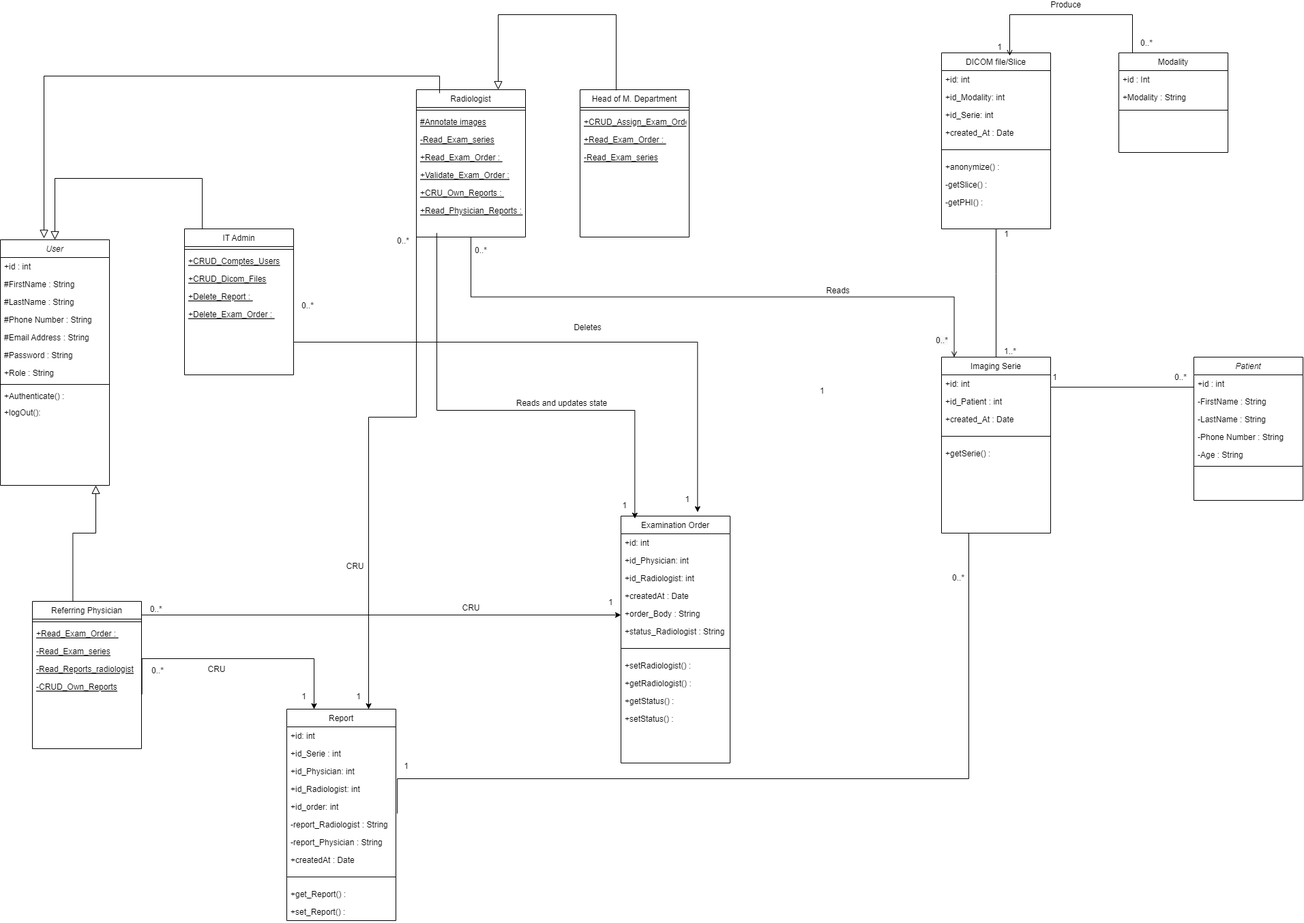
mehdilagdimi/RICOM- keeps this draw.io diagram as Conception/Class UML RICOM.png. Above is the earlier version. Source tidied: cells renumbered, new cells last; positions are measured from the earlier drawing's top-left corner, leaving out a move shared by most shapes.
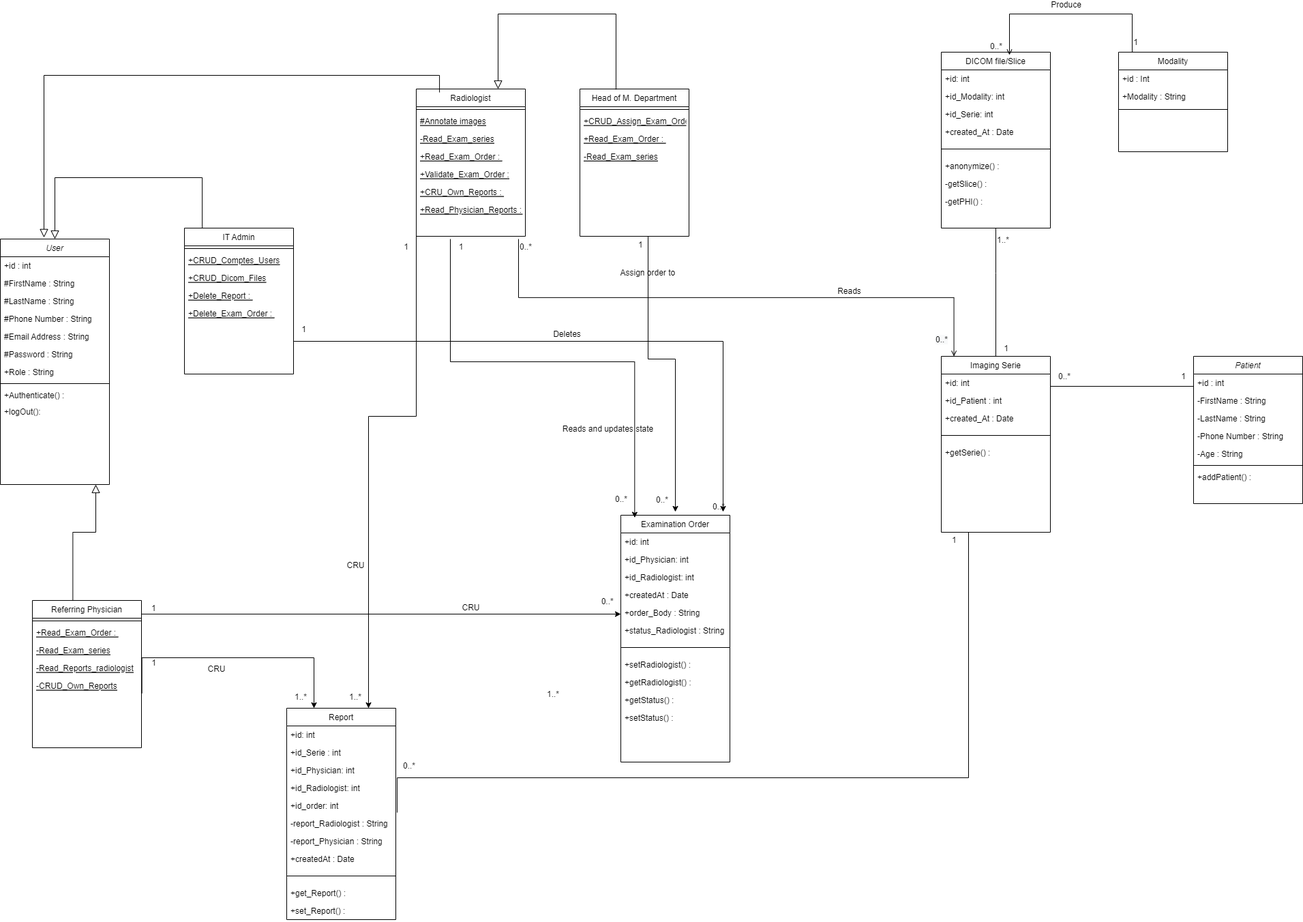
Later version of the same file.

Commit message:
updating UML conception

Change to the diagram source:
```diff
@@ -97,14 +97,15 @@
     <mxCell id="31" value="+setStatus() :" style="text;align=left;verticalAlign=top;spacingLeft=4;spacingRight=4;overflow=hidden;" parent="20" vertex="1">
       <mxGeometry y="284" width="160" height="26" as="geometry" />
     </mxCell>
-    <mxCell id="32" style="endArrow=open;shadow=0;strokeWidth=1;rounded=0;endFill=1;edgeStyle=elbowEdgeStyle;elbow=vertical;exitX=0.5;exitY=1;exitDx=0;exitDy=0;entryX=0.116;entryY=0;entryDx=0;entryDy=0;entryPerimeter=0;" parent="1" edge="1" source="45" target="79">
+    <mxCell id="32" style="endArrow=open;shadow=0;strokeWidth=1;rounded=0;endFill=1;edgeStyle=elbowEdgeStyle;elbow=vertical;entryX=0.116;entryY=0;entryDx=0;entryDy=0;entryPerimeter=0;" parent="1" edge="1" target="79">
       <mxGeometry x="0.5" y="41" relative="1" as="geometry">
+        <mxPoint x="760" y="360" as="sourcePoint" />
         <mxPoint x="-40" y="32" as="offset" />
       </mxGeometry>
     </mxCell>
     <mxCell id="33" value="1..*" style="align=left;verticalAlign=bottom;labelBackgroundColor=none;fontSize=12;" parent="32" vertex="1">
       <mxGeometry x="-1" relative="1" as="geometry">
-        <mxPoint x="780" y="176" as="offset" />
+        <mxPoint x="700" y="10" as="offset" />
       </mxGeometry>
     </mxCell>
     <mxCell id="34" value="Reads" style="text;html=1;align=center;verticalAlign=middle;labelBackgroundColor=none;rounded=0;shadow=0;strokeWidth=1;fontSize=12;" parent="32" vertex="1">
@@ -125,14 +126,14 @@
         <mxPoint x="-40" y="32" as="offset" />
       </mxGeometry>
     </mxCell>
-    <mxCell id="36" value="0..*" style="align=left;verticalAlign=bottom;labelBackgroundColor=none;fontSize=12;" parent="35" vertex="1">
+    <mxCell id="36" value="1..*" style="align=left;verticalAlign=bottom;labelBackgroundColor=none;fontSize=12;" parent="35" vertex="1">
       <mxGeometry x="-1" relative="1" as="geometry">
-        <mxPoint x="13" y="-41" as="offset" />
+        <mxPoint x="223" y="-1" as="offset" />
       </mxGeometry>
     </mxCell>
     <mxCell id="37" value="1" style="align=right;verticalAlign=bottom;labelBackgroundColor=none;fontSize=12;" parent="35" vertex="1">
       <mxGeometry x="1" relative="1" as="geometry">
-        <mxPoint x="-10" y="-10" as="offset" />
+        <mxPoint x="-680" as="offset" />
       </mxGeometry>
     </mxCell>
     <mxCell id="38" value="CRU" style="text;html=1;align=center;verticalAlign=middle;labelBackgroundColor=none;rounded=0;shadow=0;strokeWidth=1;fontSize=12;" parent="35" vertex="1">
@@ -141,10 +142,12 @@
       </mxGeometry>
     </mxCell>
     <mxCell id="39" value="1" style="html=1;align=left;verticalAlign=bottom;" parent="1" vertex="1">
-      <mxGeometry x="1200" y="590" as="geometry" />
+      <mxGeometry x="1130" y="494" as="geometry">
+        <mxPoint x="-196" y="-117" as="offset" />
+      </mxGeometry>
     </mxCell>
     <mxCell id="40" value="0..*" style="html=1;align=right;verticalAlign=bottom;" parent="1" vertex="1">
-      <mxGeometry x="1690" y="80" as="geometry" />
+      <mxGeometry x="1470" y="86" as="geometry" />
     </mxCell>
     <mxCell id="41" value="Modality" style="swimlane;fontStyle=0;align=center;verticalAlign=top;horizontal=1;startSize=26;rounded=0;shadow=0;strokeWidth=1;" parent="1" vertex="1">
       <mxGeometry x="1640" y="86" width="160" height="146" as="geometry" />
@@ -340,14 +343,9 @@
     </mxCell>
     <mxCell id="95" value="1" style="align=right;verticalAlign=bottom;labelBackgroundColor=none;fontSize=12;" parent="94" vertex="1">
       <mxGeometry x="1" relative="1" as="geometry">
-        <mxPoint x="20" y="-172" as="offset" />
+        <mxPoint x="20" y="-3" as="offset" />
       </mxGeometry>
     </mxCell>
-    <mxCell id="96" value="0..*" style="align=left;verticalAlign=bottom;labelBackgroundColor=none;fontSize=12;" parent="1" vertex="1">
-      <mxGeometry x="1480" y="550" as="geometry">
-        <mxPoint x="-786" y="-166" as="offset" />
-      </mxGeometry>
-    </mxCell>
     <mxCell id="97" value="&lt;span style=&quot;color: rgb(0, 0, 0); font-family: helvetica; font-size: 12px; font-style: normal; font-weight: 400; letter-spacing: normal; text-align: left; text-indent: 0px; text-transform: none; word-spacing: 0px; background-color: rgb(248, 249, 250); display: inline; float: none;&quot;&gt;0..*&lt;/span&gt;" style="text;whiteSpace=wrap;html=1;" parent="1" vertex="1">
       <mxGeometry x="1370" y="494" width="40" height="30" as="geometry" />
     </mxCell>
@@ -361,7 +359,7 @@
     </mxCell>
     <mxCell id="99" value="1" style="align=right;verticalAlign=bottom;labelBackgroundColor=none;fontSize=12;" parent="98" vertex="1">
       <mxGeometry x="1" relative="1" as="geometry">
-        <mxPoint x="-10" y="-4" as="offset" />
+        <mxPoint x="190" y="-10" as="offset" />
       </mxGeometry>
     </mxCell>
     <mxCell id="100" value="Produce" style="text;html=1;align=center;verticalAlign=middle;labelBackgroundColor=none;rounded=0;shadow=0;strokeWidth=1;fontSize=12;" parent="1" vertex="1">
@@ -371,8 +369,10 @@
     </mxCell>
     <mxCell id="101" style="endArrow=classic;shadow=0;strokeWidth=1;rounded=0;endFill=1;edgeStyle=elbowEdgeStyle;elbow=vertical;strokeColor=default;entryX=0.127;entryY=0.01;entryDx=0;entryDy=0;entryPerimeter=0;" parent="1" edge="1" target="20">
       <mxGeometry x="0.5" y="41" relative="1" as="geometry">
-        <mxPoint x="640" y="350" as="sourcePoint" />
+        <mxPoint x="660" y="360" as="sourcePoint" />
         <Array as="points">
+          <mxPoint x="730" y="540" />
+          <mxPoint x="680" y="390" />
           <mxPoint x="705" y="610" />
           <mxPoint x="855" y="560" />
           <mxPoint x="935" y="540" />
@@ -381,14 +381,14 @@
         <mxPoint x="-40" y="32" as="offset" />
       </mxGeometry>
     </mxCell>
-    <mxCell id="102" value="0..*" style="align=left;verticalAlign=bottom;labelBackgroundColor=none;fontSize=12;" parent="101" vertex="1">
+    <mxCell id="102" value="1..*" style="align=left;verticalAlign=bottom;labelBackgroundColor=none;fontSize=12;" parent="101" vertex="1">
       <mxGeometry x="-1" relative="1" as="geometry">
-        <mxPoint x="-60" y="20" as="offset" />
+        <mxPoint x="-150" y="680" as="offset" />
       </mxGeometry>
     </mxCell>
     <mxCell id="103" value="1" style="align=right;verticalAlign=bottom;labelBackgroundColor=none;fontSize=12;" parent="101" vertex="1">
       <mxGeometry x="1" relative="1" as="geometry">
-        <mxPoint x="-10" y="-10" as="offset" />
+        <mxPoint x="-250" y="-389" as="offset" />
       </mxGeometry>
     </mxCell>
     <mxCell id="104" value="Reads and updates state" style="text;html=1;align=center;verticalAlign=middle;labelBackgroundColor=none;rounded=0;shadow=0;strokeWidth=1;fontSize=12;" parent="101" vertex="1">
@@ -396,8 +396,9 @@
         <mxPoint x="-89" y="39" as="offset" />
       </mxGeometry>
     </mxCell>
-    <mxCell id="105" style="endArrow=classic;shadow=0;strokeWidth=1;rounded=0;endFill=1;edgeStyle=elbowEdgeStyle;elbow=vertical;strokeColor=default;entryX=0.702;entryY=-0.016;entryDx=0;entryDy=0;entryPerimeter=0;exitX=1;exitY=0.75;exitDx=0;exitDy=0;" parent="1" edge="1" source="13" target="20">
+    <mxCell id="105" style="endArrow=classic;shadow=0;strokeWidth=1;rounded=0;endFill=1;edgeStyle=elbowEdgeStyle;elbow=vertical;strokeColor=default;exitX=1;exitY=0.75;exitDx=0;exitDy=0;" parent="1" edge="1" source="13">
       <mxGeometry x="0.5" y="41" relative="1" as="geometry">
+        <mxPoint x="1060" y="760" as="targetPoint" />
         <Array as="points">
           <mxPoint x="580" y="510" />
           <mxPoint x="480" y="540" />
@@ -416,17 +417,17 @@
     </mxCell>
     <mxCell id="106" value="0..*" style="align=left;verticalAlign=bottom;labelBackgroundColor=none;fontSize=12;" parent="105" vertex="1">
       <mxGeometry x="-1" relative="1" as="geometry">
-        <mxPoint x="10" y="-39" as="offset" />
+        <mxPoint x="530" y="246" as="offset" />
       </mxGeometry>
     </mxCell>
     <mxCell id="107" value="1" style="align=right;verticalAlign=bottom;labelBackgroundColor=none;fontSize=12;" parent="105" vertex="1">
       <mxGeometry x="1" relative="1" as="geometry">
-        <mxPoint x="-10" y="-10" as="offset" />
+        <mxPoint x="-610" y="-259" as="offset" />
       </mxGeometry>
     </mxCell>
     <mxCell id="108" value="Deletes" style="text;html=1;align=center;verticalAlign=middle;labelBackgroundColor=none;rounded=0;shadow=0;strokeWidth=1;fontSize=12;" parent="105" vertex="1">
       <mxGeometry x="0.5" y="49" relative="1" as="geometry">
-        <mxPoint x="-211" y="-59" as="offset" />
+        <mxPoint x="-279" y="-39" as="offset" />
       </mxGeometry>
     </mxCell>
     <mxCell id="109" style="endArrow=classic;shadow=0;strokeWidth=1;rounded=0;endFill=1;edgeStyle=elbowEdgeStyle;elbow=vertical;strokeColor=default;entryX=0.75;entryY=0;entryDx=0;entryDy=0;" parent="1" edge="1" target="67">
@@ -443,7 +444,7 @@
     </mxCell>
     <mxCell id="110" value="1" style="align=right;verticalAlign=bottom;labelBackgroundColor=none;fontSize=12;" parent="109" vertex="1">
       <mxGeometry x="1" relative="1" as="geometry">
-        <mxPoint x="-10" y="-10" as="offset" />
+        <mxPoint x="60" y="-668" as="offset" />
       </mxGeometry>
     </mxCell>
     <mxCell id="111" value="CRU" style="text;html=1;align=center;verticalAlign=middle;labelBackgroundColor=none;rounded=0;shadow=0;strokeWidth=1;fontSize=12;" parent="109" vertex="1">
@@ -465,12 +466,12 @@
     </mxCell>
     <mxCell id="113" value="0..*" style="align=left;verticalAlign=bottom;labelBackgroundColor=none;fontSize=12;" parent="112" vertex="1">
       <mxGeometry x="-1" relative="1" as="geometry">
-        <mxPoint x="10" y="-116" as="offset" />
+        <mxPoint x="672" y="-126" as="offset" />
       </mxGeometry>
     </mxCell>
     <mxCell id="114" value="1" style="align=right;verticalAlign=bottom;labelBackgroundColor=none;fontSize=12;" parent="112" vertex="1">
       <mxGeometry x="1" relative="1" as="geometry">
-        <mxPoint x="-10" y="-10" as="offset" />
+        <mxPoint x="-230" y="-58" as="offset" />
       </mxGeometry>
     </mxCell>
     <mxCell id="115" value="CRU" style="text;html=1;align=center;verticalAlign=middle;labelBackgroundColor=none;rounded=0;shadow=0;strokeWidth=1;fontSize=12;" parent="112" vertex="1">
@@ -489,18 +490,18 @@
         <mxPoint x="-40" y="32" as="offset" />
       </mxGeometry>
     </mxCell>
-    <mxCell id="117" value="0..*" style="align=left;verticalAlign=bottom;labelBackgroundColor=none;fontSize=12;" parent="116" vertex="1">
+    <mxCell id="117" value="1" style="align=left;verticalAlign=bottom;labelBackgroundColor=none;fontSize=12;" parent="116" vertex="1">
       <mxGeometry x="-1" relative="1" as="geometry">
-        <mxPoint x="812" y="-337" as="offset" />
+        <mxPoint x="812" y="-391" as="offset" />
       </mxGeometry>
     </mxCell>
-    <mxCell id="118" value="1" style="align=right;verticalAlign=bottom;labelBackgroundColor=none;fontSize=12;" parent="116" vertex="1">
+    <mxCell id="118" value="0..*" style="align=right;verticalAlign=bottom;labelBackgroundColor=none;fontSize=12;" parent="116" vertex="1">
       <mxGeometry x="1" relative="1" as="geometry">
-        <mxPoint x="-820" y="350" as="offset" />
+        <mxPoint x="-810" y="350" as="offset" />
       </mxGeometry>
     </mxCell>
     <mxCell id="119" value="Patient" style="swimlane;fontStyle=2;align=center;verticalAlign=top;horizontal=1;startSize=26;rounded=0;shadow=0;strokeWidth=1;" parent="1" vertex="1">
-      <mxGeometry x="1750" y="532" width="160" height="210" as="geometry" />
+      <mxGeometry x="1750" y="532" width="160" height="216" as="geometry" />
     </mxCell>
     <mxCell id="120" value="+id : int" style="text;align=left;verticalAlign=top;spacingLeft=4;spacingRight=4;overflow=hidden;points=[[0,0.5],[1,0.5]];portConstraint=eastwest;" parent="119" vertex="1">
       <mxGeometry y="26" width="160" height="26" as="geometry" />
@@ -520,6 +521,9 @@
     <mxCell id="125" style="line;html=1;strokeWidth=1;align=left;verticalAlign=middle;spacingTop=-1;spacingLeft=3;spacingRight=3;labelPosition=right;" parent="119" vertex="1">
       <mxGeometry y="156" width="160" height="8" as="geometry" />
     </mxCell>
+    <mxCell id="129" value="+addPatient() :" style="text;align=left;verticalAlign=top;spacingLeft=4;spacingRight=4;overflow=hidden;" parent="119" vertex="1">
+      <mxGeometry y="164" width="160" height="26" as="geometry" />
+    </mxCell>
     <mxCell id="126" style="endArrow=none;shadow=0;strokeWidth=1;rounded=0;endFill=0;edgeStyle=elbowEdgeStyle;elbow=vertical;exitX=0;exitY=0.5;exitDx=0;exitDy=0;strokeColor=default;entryX=1;entryY=0.5;entryDx=0;entryDy=0;" parent="1" edge="1" source="120" target="80">
       <mxGeometry x="0.5" y="41" relative="1" as="geometry">
         <Array as="points">
@@ -534,13 +538,47 @@
     </mxCell>
     <mxCell id="127" value="0..*" style="align=left;verticalAlign=bottom;labelBackgroundColor=none;fontSize=12;" parent="126" vertex="1">
       <mxGeometry x="-1" relative="1" as="geometry">
-        <mxPoint x="-30" y="-1" as="offset" />
+        <mxPoint x="-200" y="-1" as="offset" />
       </mxGeometry>
     </mxCell>
     <mxCell id="128" value="1" style="align=right;verticalAlign=bottom;labelBackgroundColor=none;fontSize=12;" parent="126" vertex="1">
       <mxGeometry x="1" relative="1" as="geometry">
-        <mxPoint x="11" y="-1" as="offset" />
+        <mxPoint x="200" y="-1" as="offset" />
       </mxGeometry>
     </mxCell>
+    <mxCell id="130" value="0..*" style="align=left;verticalAlign=bottom;labelBackgroundColor=none;fontSize=12;" parent="1" vertex="1">
+      <mxGeometry x="760" y="380" as="geometry" />
+    </mxCell>
+    <mxCell id="131" value="0..*" style="align=left;verticalAlign=bottom;labelBackgroundColor=none;fontSize=12;" parent="1" vertex="1">
+      <mxGeometry x="900" y="750" as="geometry" />
+    </mxCell>
+    <mxCell id="132" style="endArrow=classic;shadow=0;strokeWidth=1;rounded=0;endFill=1;edgeStyle=elbowEdgeStyle;elbow=vertical;strokeColor=default;" parent="1" edge="1">
+      <mxGeometry x="0.5" y="41" relative="1" as="geometry">
+        <mxPoint x="950" y="356" as="sourcePoint" />
+        <mxPoint x="990" y="760" as="targetPoint" />
+        <Array as="points">
+          <mxPoint x="1020" y="536" />
+          <mxPoint x="970" y="386" />
+          <mxPoint x="995" y="606" />
+          <mxPoint x="1145" y="556" />
+          <mxPoint x="1225" y="536" />
+          <mxPoint x="1255" y="266" />
+        </Array>
+        <mxPoint x="-40" y="32" as="offset" />
+      </mxGeometry>
+    </mxCell>
+    <mxCell id="133" value="1..*" style="align=left;verticalAlign=bottom;labelBackgroundColor=none;fontSize=12;" parent="132" vertex="1">
+      <mxGeometry x="-1" relative="1" as="geometry">
+        <mxPoint x="-150" y="680" as="offset" />
+      </mxGeometry>
+    </mxCell>
+    <mxCell id="134" value="Assign order to&amp;nbsp;" style="text;html=1;align=center;verticalAlign=middle;labelBackgroundColor=none;rounded=0;shadow=0;strokeWidth=1;fontSize=12;" parent="132" vertex="1">
+      <mxGeometry x="0.5" y="49" relative="1" as="geometry">
+        <mxPoint x="-89" y="-239" as="offset" />
+      </mxGeometry>
+    </mxCell>
+    <mxCell id="135" value="0..*" style="align=left;verticalAlign=bottom;labelBackgroundColor=none;fontSize=12;" parent="1" vertex="1">
+      <mxGeometry x="1043" y="760.5" as="geometry" />
+    </mxCell>
   </root>
 </mxGraphModel>
```
